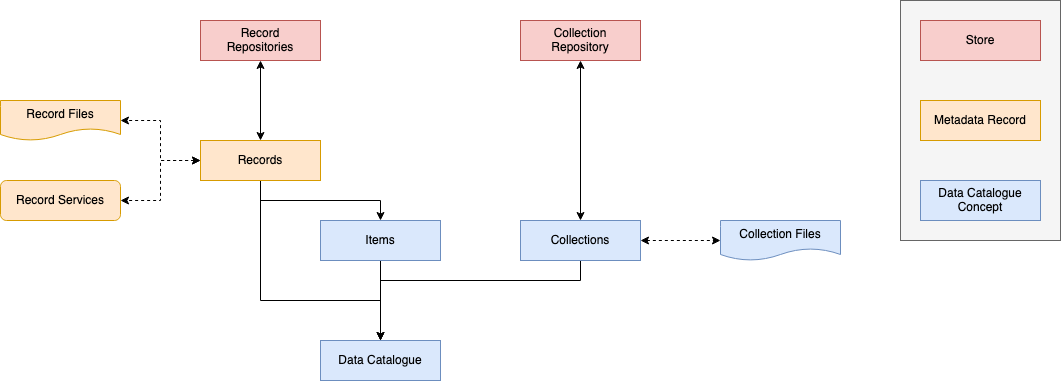
This is docs/assets/diagrams/concepts.png from antarctica/lantern, a draw.io export, as it was before one commit. Source tidied: cells renumbered, new cells last; positions are measured from the earlier drawing's top-left corner, leaving out a move shared by most shapes.
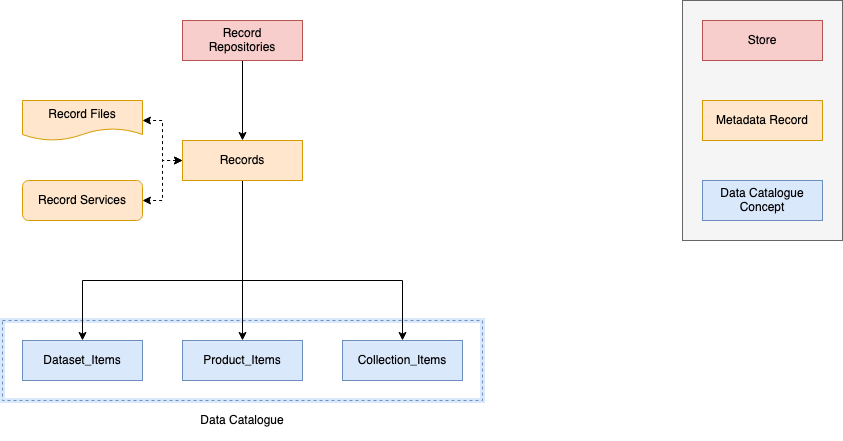
The same file after the commit.

What changed in the source:
```diff
@@ -2,73 +2,67 @@
   <root>
     <mxCell id="0" />
     <mxCell id="1" parent="0" />
-    <mxCell id="2" style="rounded=0;whiteSpace=wrap;html=1;fillColor=#f5f5f5;fontColor=#333333;strokeColor=#666666;" parent="1" vertex="1">
-      <mxGeometry x="900" width="160" height="240" as="geometry" />
-    </mxCell>
-    <mxCell id="3" style="edgeStyle=orthogonalEdgeStyle;rounded=0;jettySize=auto;html=1;exitX=0.5;exitY=1;exitDx=0;exitDy=0;entryX=0.5;entryY=0;entryDx=0;entryDy=0;" parent="1" edge="1" source="4" target="17">
-      <mxGeometry relative="1" as="geometry" />
-    </mxCell>
-    <mxCell id="4" value="&lt;div&gt;Items&lt;br&gt;&lt;/div&gt;" style="rounded=0;whiteSpace=wrap;html=1;fillColor=#dae8fc;strokeColor=#6c8ebf;" parent="1" vertex="1">
-      <mxGeometry x="320" y="220" width="120" height="40" as="geometry" />
-    </mxCell>
-    <mxCell id="5" style="edgeStyle=orthogonalEdgeStyle;rounded=0;jettySize=auto;html=1;exitX=0.5;exitY=1;exitDx=0;exitDy=0;entryX=0.5;entryY=0;entryDx=0;entryDy=0;" parent="1" edge="1" source="7" target="17">
-      <mxGeometry relative="1" as="geometry">
-        <Array as="points">
-          <mxPoint x="580" y="280" />
-          <mxPoint x="380" y="280" />
-        </Array>
-      </mxGeometry>
-    </mxCell>
-    <mxCell id="6" style="edgeStyle=orthogonalEdgeStyle;rounded=0;jettySize=auto;html=1;exitX=1;exitY=0.5;exitDx=0;exitDy=0;dashed=1;startArrow=classic;startFill=1;entryX=0;entryY=0.5;entryDx=0;entryDy=0;" parent="1" edge="1" source="7" target="19">
-      <mxGeometry relative="1" as="geometry" />
-    </mxCell>
-    <mxCell id="7" value="Collections" style="rounded=0;whiteSpace=wrap;html=1;fillColor=#dae8fc;strokeColor=#6c8ebf;" parent="1" vertex="1">
-      <mxGeometry x="520" y="220" width="120" height="40" as="geometry" />
-    </mxCell>
-    <mxCell id="8" style="edgeStyle=orthogonalEdgeStyle;rounded=0;jettySize=auto;html=1;exitX=0.5;exitY=1;exitDx=0;exitDy=0;entryX=0.5;entryY=0;entryDx=0;entryDy=0;" parent="1" edge="1" source="12" target="4">
-      <mxGeometry relative="1" as="geometry" />
-    </mxCell>
-    <mxCell id="9" style="edgeStyle=orthogonalEdgeStyle;rounded=0;jettySize=auto;html=1;exitX=0.5;exitY=1;exitDx=0;exitDy=0;entryX=0.5;entryY=0;entryDx=0;entryDy=0;" parent="1" edge="1" source="12" target="17">
-      <mxGeometry relative="1" as="geometry">
-        <Array as="points">
-          <mxPoint x="260" y="300" />
-          <mxPoint x="380" y="300" />
-        </Array>
-      </mxGeometry>
-    </mxCell>
+    <mxCell id="24" style="rounded=0;whiteSpace=wrap;html=1;fillColor=none;strokeColor=#DAE8FC;strokeWidth=5;" parent="1" vertex="1">
+      <mxGeometry x="220" y="320" width="480" height="80" as="geometry" />
+    </mxCell>
+    <mxCell id="25" style="rounded=0;whiteSpace=wrap;html=1;fillColor=none;strokeColor=#6c8ebf;strokeWidth=1;dashed=1;" parent="1" vertex="1">
+      <mxGeometry x="220" y="320" width="480" height="80" as="geometry" />
+    </mxCell>
+    <mxCell id="26" value="Dataset_Items" style="rounded=0;whiteSpace=wrap;html=1;fillColor=#dae8fc;strokeColor=#6c8ebf;" parent="1" vertex="1">
+      <mxGeometry x="240" y="340" width="120" height="40" as="geometry" />
+    </mxCell>
+    <mxCell id="27" style="edgeStyle=orthogonalEdgeStyle;rounded=0;jettySize=auto;html=1;exitX=0.5;exitY=1;exitDx=0;exitDy=0;entryX=0.5;entryY=0;entryDx=0;entryDy=0;" parent="1" edge="1" source="12" target="30">
+      <mxGeometry relative="1" as="geometry" />
+    </mxCell>
     <mxCell id="10" style="edgeStyle=orthogonalEdgeStyle;rounded=0;jettySize=auto;html=1;exitX=0;exitY=0.5;exitDx=0;exitDy=0;entryX=1;entryY=0.5;entryDx=0;entryDy=0;dashed=1;startArrow=classic;startFill=1;" parent="1" edge="1" source="12" target="18">
       <mxGeometry relative="1" as="geometry" />
     </mxCell>
-    <mxCell id="11" style="edgeStyle=orthogonalEdgeStyle;rounded=0;jettySize=auto;html=1;exitX=0;exitY=0.5;exitDx=0;exitDy=0;entryX=1;entryY=0.5;entryDx=0;entryDy=0;startArrow=classic;startFill=1;dashed=1;" parent="1" edge="1" source="12" target="20">
+    <mxCell id="11" style="edgeStyle=orthogonalEdgeStyle;rounded=0;jettySize=auto;html=1;exitX=0;exitY=0.5;exitDx=0;exitDy=0;entryX=1;entryY=0.5;entryDx=0;entryDy=0;dashed=1;startArrow=classic;startFill=1;" parent="1" edge="1" source="12" target="20">
       <mxGeometry relative="1" as="geometry" />
     </mxCell>
+    <mxCell id="28" style="edgeStyle=orthogonalEdgeStyle;rounded=0;jettySize=auto;html=1;exitX=0.5;exitY=1;exitDx=0;exitDy=0;startArrow=none;startFill=0;entryX=0.5;entryY=0;entryDx=0;entryDy=0;" parent="1" edge="1" source="12" target="31">
+      <mxGeometry relative="1" as="geometry">
+        <Array as="points">
+          <mxPoint x="460" y="280" />
+          <mxPoint x="620" y="280" />
+        </Array>
+      </mxGeometry>
+    </mxCell>
+    <mxCell id="29" style="edgeStyle=orthogonalEdgeStyle;rounded=0;jettySize=auto;html=1;exitX=0.5;exitY=1;exitDx=0;exitDy=0;entryX=0.5;entryY=0;entryDx=0;entryDy=0;startArrow=none;startFill=0;" parent="1" edge="1" source="12" target="26">
+      <mxGeometry relative="1" as="geometry">
+        <Array as="points">
+          <mxPoint x="460" y="280" />
+          <mxPoint x="300" y="280" />
+        </Array>
+      </mxGeometry>
+    </mxCell>
     <mxCell id="12" value="&lt;div&gt;Records&lt;/div&gt;" style="rounded=0;whiteSpace=wrap;html=1;fillColor=#ffe6cc;strokeColor=#d79b00;" parent="1" vertex="1">
-      <mxGeometry x="200" y="140" width="120" height="40" as="geometry" />
+      <mxGeometry x="400" y="140" width="120" height="40" as="geometry" />
     </mxCell>
-    <mxCell id="13" style="edgeStyle=orthogonalEdgeStyle;rounded=0;jettySize=auto;html=1;exitX=0.5;exitY=1;exitDx=0;exitDy=0;entryX=0.5;entryY=0;entryDx=0;entryDy=0;startArrow=classic;startFill=1;" parent="1" edge="1" source="14" target="12">
+    <mxCell id="13" style="edgeStyle=orthogonalEdgeStyle;rounded=0;jettySize=auto;html=1;exitX=0.5;exitY=1;exitDx=0;exitDy=0;entryX=0.5;entryY=0;entryDx=0;entryDy=0;" parent="1" edge="1" source="14" target="12">
       <mxGeometry relative="1" as="geometry" />
     </mxCell>
     <mxCell id="14" value="&lt;div&gt;Record &lt;br&gt;&lt;/div&gt;&lt;div&gt;Repositories&lt;br&gt;&lt;/div&gt;" style="rounded=0;whiteSpace=wrap;html=1;fillColor=#f8cecc;strokeColor=#b85450;" parent="1" vertex="1">
-      <mxGeometry x="200" y="20" width="120" height="40" as="geometry" />
+      <mxGeometry x="400" y="20" width="120" height="40" as="geometry" />
     </mxCell>
-    <mxCell id="15" style="edgeStyle=orthogonalEdgeStyle;rounded=0;jettySize=auto;html=1;exitX=0.5;exitY=1;exitDx=0;exitDy=0;entryX=0.5;entryY=0;entryDx=0;entryDy=0;startArrow=classic;startFill=1;" parent="1" edge="1" source="16" target="7">
-      <mxGeometry relative="1" as="geometry" />
-    </mxCell>
-    <mxCell id="16" value="&lt;div&gt;Collection &lt;br&gt;&lt;/div&gt;&lt;div&gt;Repository&lt;/div&gt;" style="rounded=0;whiteSpace=wrap;html=1;fillColor=#f8cecc;strokeColor=#b85450;" parent="1" vertex="1">
-      <mxGeometry x="520" y="20" width="120" height="40" as="geometry" />
-    </mxCell>
-    <mxCell id="17" value="Data Catalogue" style="rounded=0;whiteSpace=wrap;html=1;fillColor=#dae8fc;strokeColor=#6c8ebf;" parent="1" vertex="1">
-      <mxGeometry x="320" y="340" width="120" height="40" as="geometry" />
+    <mxCell id="17" value="Data Catalogue" style="rounded=0;whiteSpace=wrap;html=1;fillColor=none;strokeColor=none;fontStyle=0;" parent="1" vertex="1">
+      <mxGeometry x="220" y="400" width="480" height="40" as="geometry" />
     </mxCell>
+    <mxCell id="30" value="Product_Items" style="rounded=0;whiteSpace=wrap;html=1;fillColor=#dae8fc;strokeColor=#6c8ebf;" parent="1" vertex="1">
+      <mxGeometry x="400" y="340" width="120" height="40" as="geometry" />
+    </mxCell>
+    <mxCell id="31" value="Collection_Items" style="rounded=0;whiteSpace=wrap;html=1;fillColor=#dae8fc;strokeColor=#6c8ebf;" parent="1" vertex="1">
+      <mxGeometry x="560" y="340" width="120" height="40" as="geometry" />
+    </mxCell>
     <mxCell id="18" value="Record Files" style="shape=document;whiteSpace=wrap;html=1;boundedLbl=1;fillColor=#ffe6cc;strokeColor=#d79b00;" parent="1" vertex="1">
-      <mxGeometry y="100" width="120" height="40" as="geometry" />
+      <mxGeometry x="240" y="100" width="120" height="40" as="geometry" />
     </mxCell>
-    <mxCell id="19" value="Collection Files" style="shape=document;whiteSpace=wrap;html=1;boundedLbl=1;fillColor=#dae8fc;strokeColor=#6c8ebf;" parent="1" vertex="1">
-      <mxGeometry x="720" y="220" width="120" height="40" as="geometry" />
-    </mxCell>
     <mxCell id="20" value="Record Services" style="rounded=1;whiteSpace=wrap;html=1;fillColor=#ffe6cc;strokeColor=#d79b00;" parent="1" vertex="1">
-      <mxGeometry y="180" width="120" height="40" as="geometry" />
+      <mxGeometry x="240" y="180" width="120" height="40" as="geometry" />
     </mxCell>
+    <mxCell id="2" style="rounded=0;whiteSpace=wrap;html=1;fillColor=#f5f5f5;fontColor=#333333;strokeColor=#666666;" parent="1" vertex="1">
+      <mxGeometry x="900" width="160" height="240" as="geometry" />
+    </mxCell>
     <mxCell id="21" value="Store" style="rounded=0;whiteSpace=wrap;html=1;fillColor=#f8cecc;strokeColor=#b85450;" parent="1" vertex="1">
       <mxGeometry x="920" y="20" width="120" height="40" as="geometry" />
     </mxCell>
```
